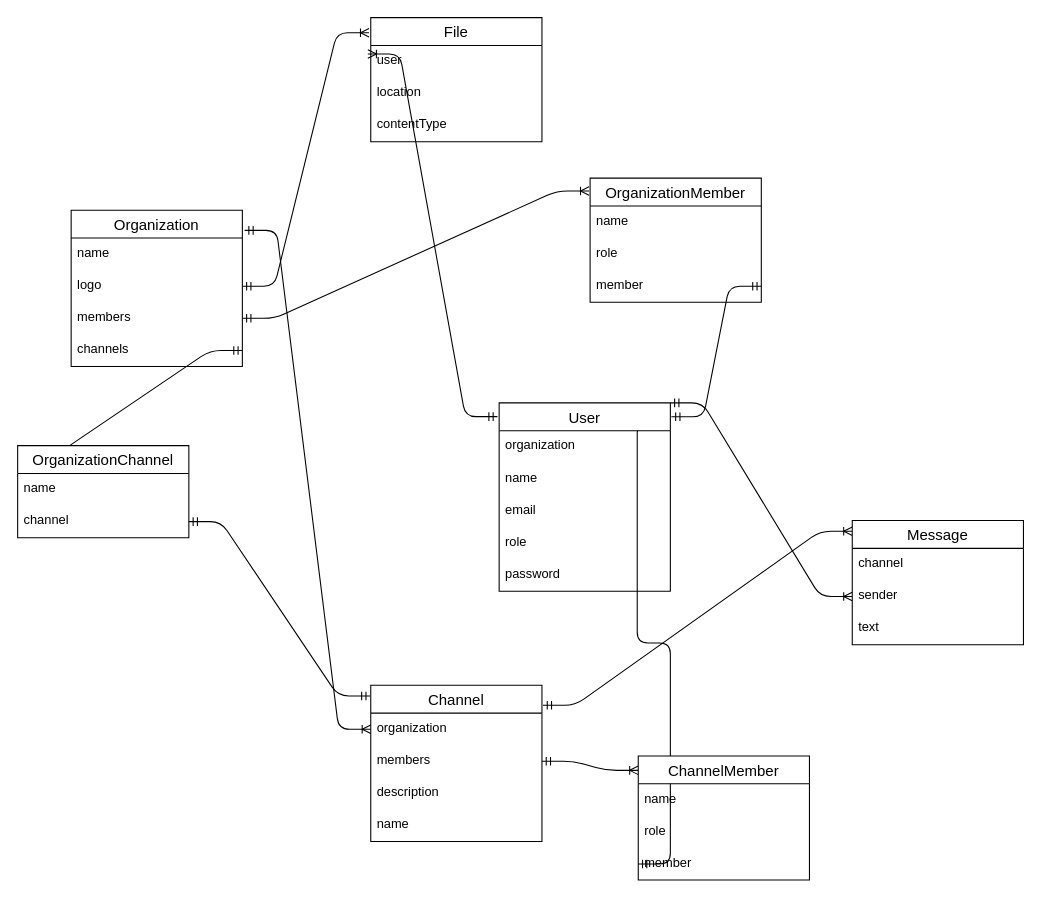
Earlier version of the draw.io diagram page "Page-1" (1 of 2) of doc/flow.drawio (saba-ch/slack-microservices). Source tidied: cells renumbered, new cells numbered last; positions are measured from the earlier drawing's top-left corner, leaving out a move shared by most shapes. Both pictures are drawn from the tidied source at 107%, with x=0, y=0 at pixel (17, 17).
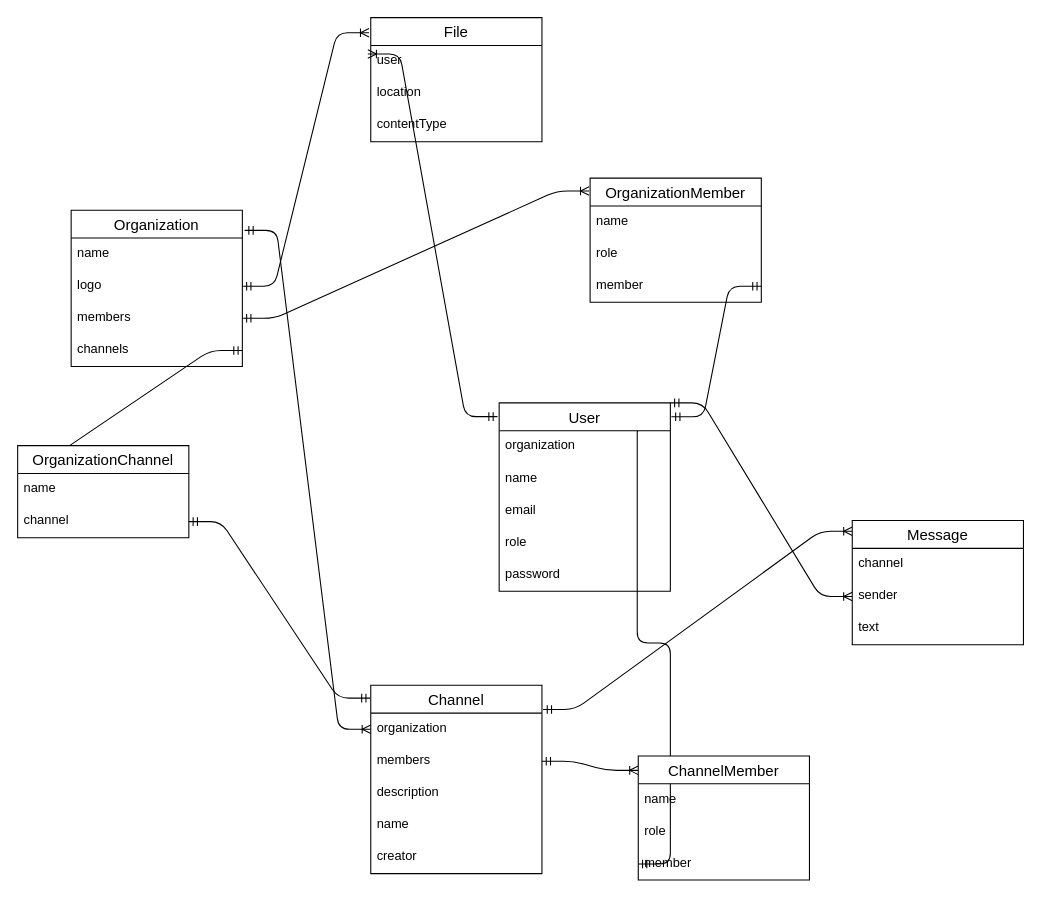
After the change.

What changed in the source:
```diff
@@
     <mxCell id="12" value="Channel" style="swimlane;fontStyle=0;horizontal=1;startSize=26;align=center;fontSize=14;" parent="1" vertex="1">
-      <mxGeometry x="330" y="624" width="160" height="146" as="geometry" />
+      <mxGeometry x="330" y="624" width="160" height="176" as="geometry" />
     </mxCell>
@@
+    <mxCell id="48" value="creator" style="text;strokeColor=none;fillColor=none;spacingLeft=4;spacingRight=4;overflow=hidden;fontSize=12;" parent="12" vertex="1">
+      <mxGeometry y="146" width="160" height="30" as="geometry" />
+    </mxCell>
```
